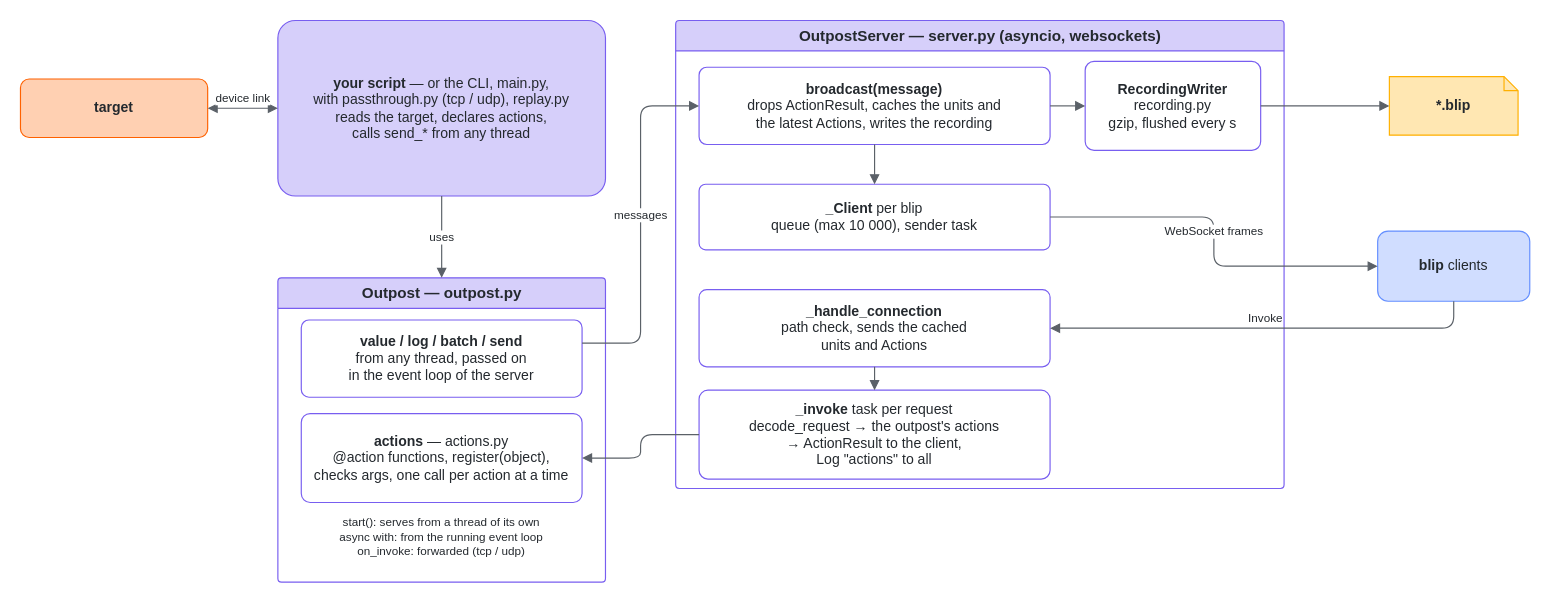
stefanluethi/blip keeps this draw.io diagram as doc/source/diagrams/outpost-architecture.drawio. Above is the earlier version. Source tidied: cells renumbered, new cells numbered last; positions are measured from the earlier drawing's top-left corner, leaving out a move shared by most shapes. Both pictures are drawn from the tidied source at 117%, with x=0, y=0 at pixel (20, 20).
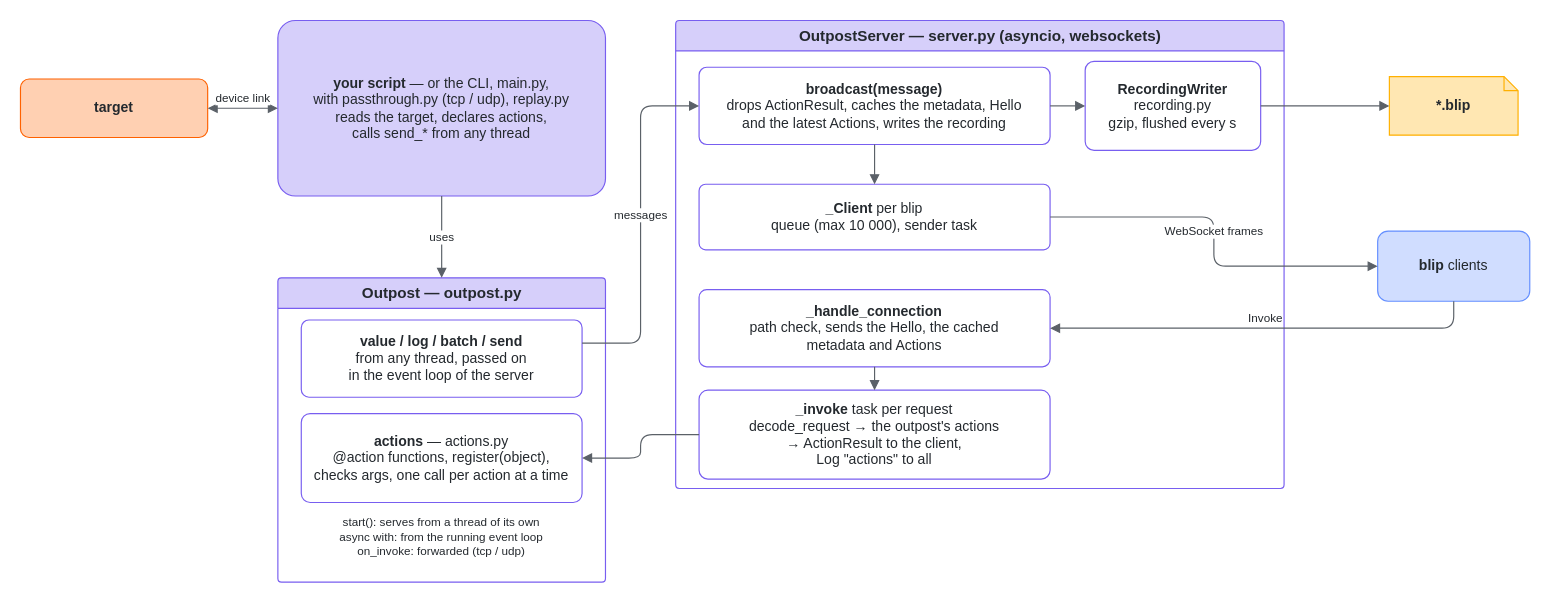
The same page after the edit.

Unchanged cells that the change refers to:
```xml
<mxCell id="3" value="&lt;b&gt;OutpostServer&lt;/b&gt; — server.py (asyncio, websockets)" style="fontColor=#24292e;fontFamily=Fira Sans,Helvetica,Arial,sans-serif;swimlane;startSize=26;html=1;rounded=1;arcSize=4;fillColor=#d6cffa;strokeColor=#785ef0;fontSize=13;swimlaneFillColor=none;" parent="1" vertex="1">
  <mxGeometry x="560" width="520" height="400" as="geometry" />
</mxCell>
```

The edit, as a diff of the source:
```diff
@@
-    <mxCell id="4" value="&lt;b&gt;broadcast(message)&lt;/b&gt;&lt;br&gt;drops ActionResult, caches the units and&lt;br&gt;the latest Actions, writes the recording" style="fontColor=#24292e;fontFamily=Fira Sans,Helvetica,Arial,sans-serif;rounded=1;whiteSpace=wrap;html=1;arcSize=10;fillColor=#ffffff;strokeColor=#785ef0;fontSize=12;" parent="3" vertex="1">
+    <mxCell id="4" value="&lt;b&gt;broadcast(message)&lt;/b&gt;&lt;br&gt;drops ActionResult, caches the metadata, Hello&lt;br&gt;and the latest Actions, writes the recording" style="fontColor=#24292e;fontFamily=Fira Sans,Helvetica,Arial,sans-serif;rounded=1;whiteSpace=wrap;html=1;arcSize=10;fillColor=#ffffff;strokeColor=#785ef0;fontSize=12;" parent="3" vertex="1">
       <mxGeometry x="20" y="40" width="300" height="66" as="geometry" />
     </mxCell>
@@
-    <mxCell id="6" value="&lt;b&gt;_handle_connection&lt;/b&gt;&lt;br&gt;path check, sends the cached&lt;br&gt;units and Actions" style="fontColor=#24292e;fontFamily=Fira Sans,Helvetica,Arial,sans-serif;rounded=1;whiteSpace=wrap;html=1;arcSize=10;fillColor=#ffffff;strokeColor=#785ef0;fontSize=12;" parent="3" vertex="1">
+    <mxCell id="6" value="&lt;b&gt;_handle_connection&lt;/b&gt;&lt;br&gt;path check, sends the Hello, the cached&lt;br&gt;metadata and Actions" style="fontColor=#24292e;fontFamily=Fira Sans,Helvetica,Arial,sans-serif;rounded=1;whiteSpace=wrap;html=1;arcSize=10;fillColor=#ffffff;strokeColor=#785ef0;fontSize=12;" parent="3" vertex="1">
       <mxGeometry x="20" y="230" width="300" height="66" as="geometry" />
     </mxCell>
```
